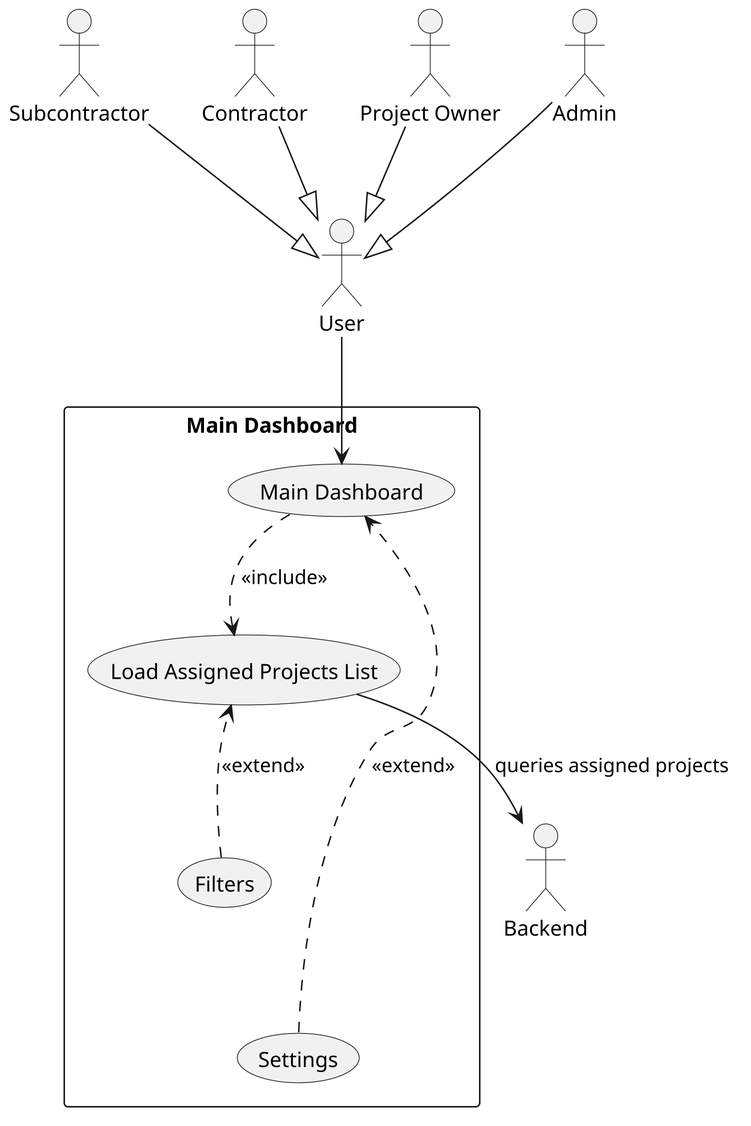
owenwriston/CMSC-447 keeps this PlantUML diagram as Use Cases/Diagrams/use-case-dashboard.png. Above is the earlier version. Its source is kept beside it as Use Cases/PUML/use-case-dashboard.puml.
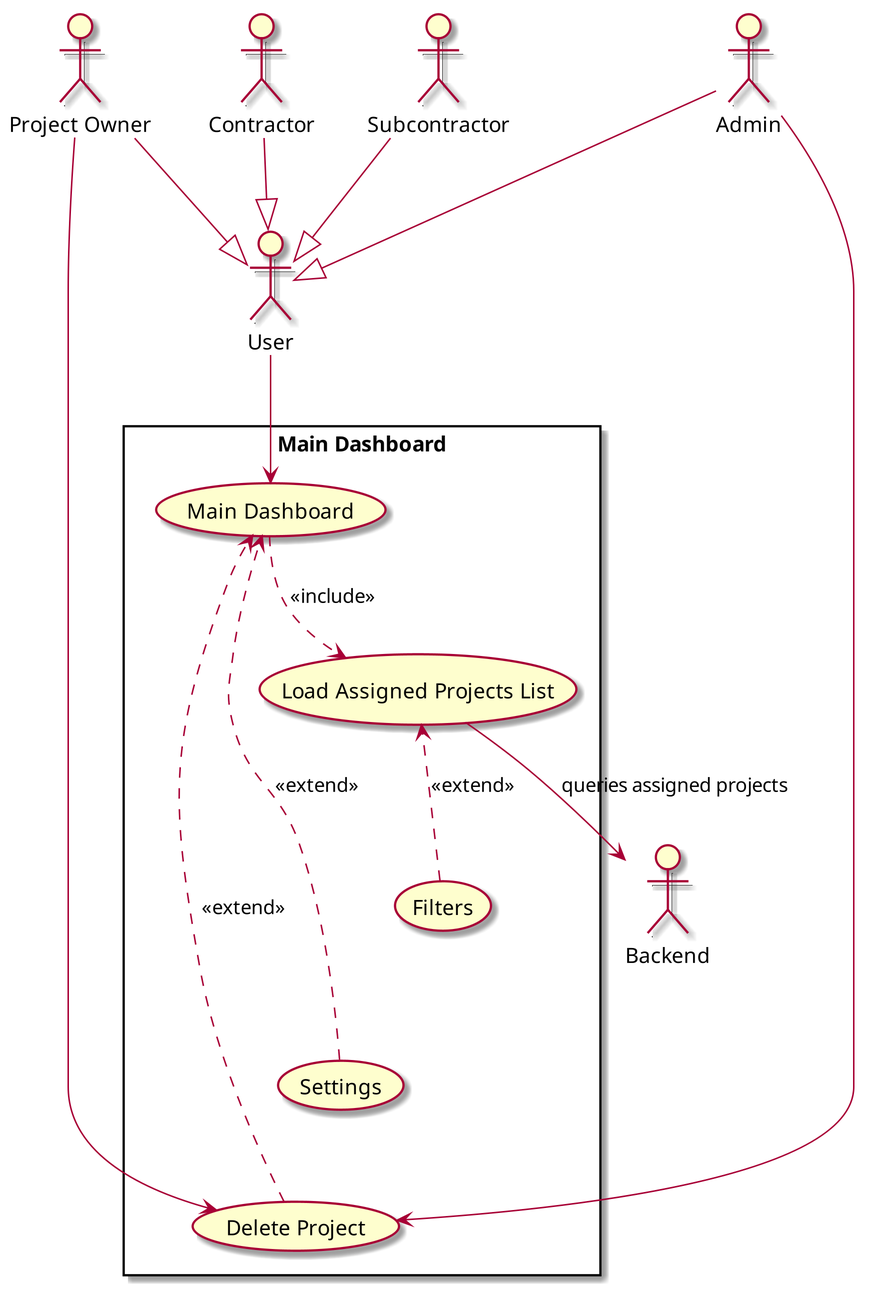
Above is the later version.

Diff of the diagram source:
```diff
@@ -19,11 +19,13 @@
   usecase "Load Assigned Projects List" as UC2c
   usecase "Filters" as UC2a
   usecase "Settings" as UC2b
+  usecase "Delete Project" as UC2d
 }
 
 UC2 -[hidden]down-> UC2c
 UC2c -[hidden]down-> UC2a
 UC2a -[hidden]down-> UC2b
+UC2b -[hidden]down-> UC2d
 
 User --> UC2
 UC2 .> UC2c : <<include>>
@@ -32,4 +34,7 @@
 UC2b .> UC2 : <<extend>>
 UC2a .> UC2c : <<extend>>
 
+Admin --> UC2d
+Owner --> UC2d
+UC2d .> UC2 : <<extend>>
 @enduml
```
